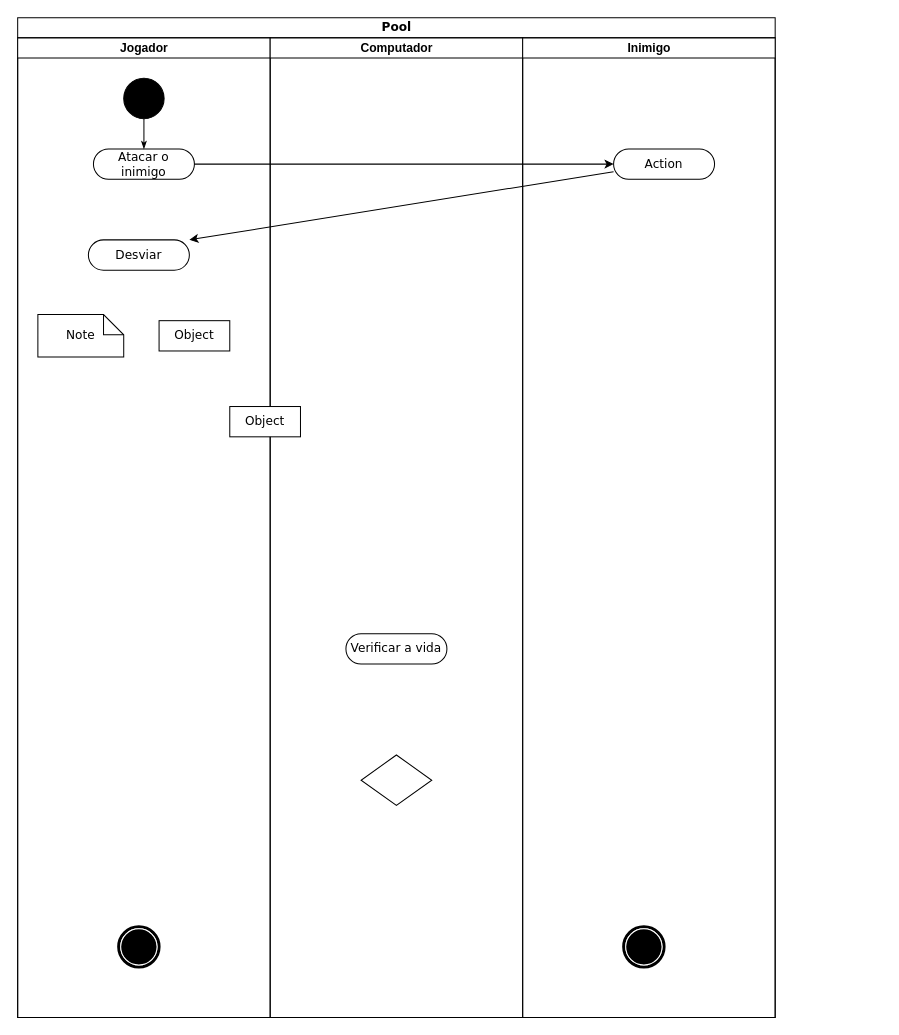
yuritelis/atvmusicalp keeps this draw.io diagram as Diagrama de Atividade.drawio. Above is the earlier version. Source tidied: cells renumbered, new cells numbered last; positions are measured from the earlier drawing's top-left corner, leaving out a move shared by most shapes. Both pictures are drawn from the tidied source at 101%, with x=0, y=0 at pixel (17, 17).
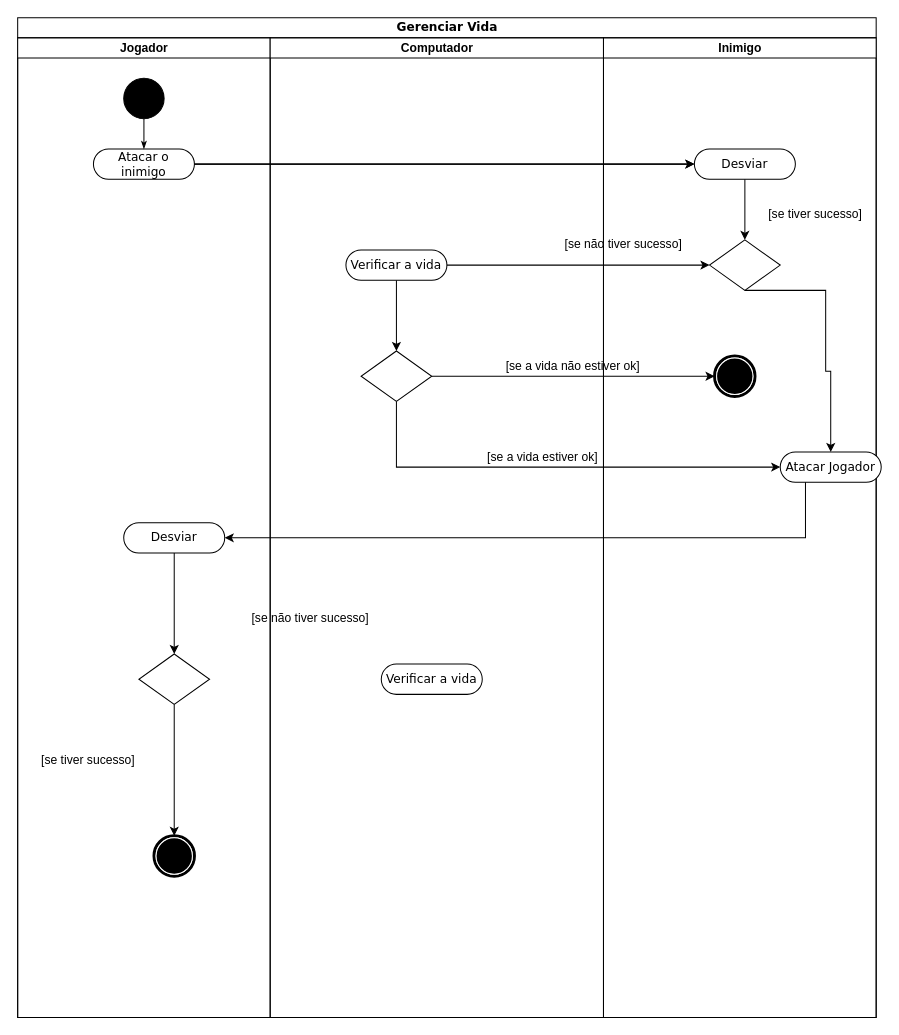
The same page after the edit.

Unchanged cells that the change refers to:
```xml
<mxCell id="3" value="Jogador" style="swimlane;html=1;startSize=20;" parent="2" vertex="1">
  <mxGeometry y="20" width="250" height="970" as="geometry" />
</mxCell>
<mxCell id="9" value="Atacar o inimigo" style="rounded=1;whiteSpace=wrap;html=1;shadow=0;comic=0;labelBackgroundColor=none;strokeWidth=1;fontFamily=Verdana;fontSize=12;align=center;arcSize=50;" parent="3" vertex="1">
  <mxGeometry x="75" y="110" width="100" height="30" as="geometry" />
</mxCell>
```

Diff of the diagram source:
```diff
@@
-    <mxCell id="2" value="Pool" style="swimlane;html=1;startSize=20;rounded=0;shadow=0;comic=0;labelBackgroundColor=none;strokeWidth=1;fontFamily=Verdana;fontSize=12;align=center;" parent="1" vertex="1">
-      <mxGeometry width="750" height="990" as="geometry" />
+    <mxCell id="2" value="Gerenciar Vida" style="swimlane;html=1;startSize=20;rounded=0;shadow=0;comic=0;labelBackgroundColor=none;strokeWidth=1;fontFamily=Verdana;fontSize=12;align=center;" parent="1" vertex="1">
+      <mxGeometry width="850" height="990" as="geometry" />
     </mxCell>
@@
+    <mxCell id="20" style="edgeStyle=orthogonalEdgeStyle;rounded=0;jettySize=auto;html=1;exitX=0.5;exitY=1;exitDx=0;exitDy=0;entryX=0.5;entryY=0;entryDx=0;entryDy=0;" parent="3" edge="1" source="4" target="22">
+      <mxGeometry relative="1" as="geometry" />
+    </mxCell>
     <mxCell id="4" value="Desviar" style="rounded=1;whiteSpace=wrap;html=1;shadow=0;comic=0;labelBackgroundColor=none;strokeWidth=1;fontFamily=Verdana;fontSize=12;align=center;arcSize=50;" parent="3" vertex="1">
-      <mxGeometry x="70" y="200" width="100" height="30" as="geometry" />
+      <mxGeometry x="105" y="480" width="100" height="30" as="geometry" />
     </mxCell>
-    <mxCell id="5" value="Object" style="rounded=0;whiteSpace=wrap;html=1;shadow=0;comic=0;labelBackgroundColor=none;strokeWidth=1;fontFamily=Verdana;fontSize=12;align=center;arcSize=50;" parent="3" vertex="1">
-      <mxGeometry x="140" y="280" width="70" height="30" as="geometry" />
-    </mxCell>
-    <mxCell id="6" value="Note" style="shape=note;whiteSpace=wrap;html=1;rounded=0;shadow=0;comic=0;labelBackgroundColor=none;strokeWidth=1;fontFamily=Verdana;fontSize=12;align=center;size=20;" parent="3" vertex="1">
-      <mxGeometry x="20" y="274" width="85" height="42" as="geometry" />
-    </mxCell>
     <mxCell id="7" style="shape=mxgraph.bpmn.shape;html=1;verticalLabelPosition=bottom;labelBackgroundColor=#ffffff;verticalAlign=top;perimeter=ellipsePerimeter;outline=end;symbol=terminate;rounded=0;shadow=0;comic=0;strokeWidth=1;fontFamily=Verdana;fontSize=12;align=center;" parent="3" vertex="1">
-      <mxGeometry x="100" y="880" width="40" height="40" as="geometry" />
+      <mxGeometry x="135" y="790" width="40" height="40" as="geometry" />
     </mxCell>
@@
+    <mxCell id="21" style="edgeStyle=orthogonalEdgeStyle;rounded=0;jettySize=auto;html=1;entryX=0.5;entryY=0;entryDx=0;entryDy=0;" parent="3" edge="1" source="22" target="7">
+      <mxGeometry relative="1" as="geometry" />
+    </mxCell>
+    <mxCell id="22" style="rhombus;whiteSpace=wrap;html=1;" parent="3" vertex="1">
+      <mxGeometry x="120" y="610" width="70" height="50" as="geometry" />
+    </mxCell>
+    <mxCell id="23" value="[se tiver sucesso]" style="text;html=1;strokeColor=none;fillColor=none;align=center;verticalAlign=middle;whiteSpace=wrap;rounded=0;" parent="3" vertex="1">
+      <mxGeometry x="10" y="700" width="120" height="30" as="geometry" />
+    </mxCell>
     <mxCell id="11" value="Computador" style="swimlane;html=1;startSize=20;" parent="2" vertex="1">
-      <mxGeometry x="250" y="20" width="250" height="970" as="geometry" />
+      <mxGeometry x="250" y="20" width="330" height="970" as="geometry" />
     </mxCell>
-    <mxCell id="12" value="Object" style="rounded=0;whiteSpace=wrap;html=1;shadow=0;comic=0;labelBackgroundColor=none;strokeWidth=1;fontFamily=Verdana;fontSize=12;align=center;arcSize=50;" parent="11" vertex="1">
-      <mxGeometry x="-40" y="365" width="70" height="30" as="geometry" />
-    </mxCell>
     <mxCell id="13" style="rhombus;whiteSpace=wrap;html=1;" parent="11" vertex="1">
-      <mxGeometry x="90" y="710" width="70" height="50" as="geometry" />
+      <mxGeometry x="90" y="310" width="70" height="50" as="geometry" />
     </mxCell>
-    <mxCell id="14" value="Verificar a vida" style="rounded=1;whiteSpace=wrap;html=1;shadow=0;comic=0;labelBackgroundColor=none;strokeWidth=1;fontFamily=Verdana;fontSize=12;align=center;arcSize=50;" parent="11" vertex="1">
-      <mxGeometry x="75" y="590" width="100" height="30" as="geometry" />
-    </mxCell>
+    <mxCell id="24" style="edgeStyle=orthogonalEdgeStyle;rounded=0;jettySize=auto;html=1;exitX=0.5;exitY=1;exitDx=0;exitDy=0;entryX=0.5;entryY=0;entryDx=0;entryDy=0;" parent="11" edge="1" source="25" target="13">
+      <mxGeometry relative="1" as="geometry" />
+    </mxCell>
+    <mxCell id="25" value="Verificar a vida" style="rounded=1;whiteSpace=wrap;html=1;shadow=0;comic=0;labelBackgroundColor=none;strokeWidth=1;fontFamily=Verdana;fontSize=12;align=center;arcSize=50;" parent="11" vertex="1">
+      <mxGeometry x="75" y="210" width="100" height="30" as="geometry" />
+    </mxCell>
+    <mxCell id="26" value="[se a vida não estiver ok]" style="text;html=1;strokeColor=none;fillColor=none;align=center;verticalAlign=middle;whiteSpace=wrap;rounded=0;" parent="11" vertex="1">
+      <mxGeometry x="220" y="310" width="160" height="30" as="geometry" />
+    </mxCell>
+    <mxCell id="27" value="[se a vida estiver ok]" style="text;html=1;strokeColor=none;fillColor=none;align=center;verticalAlign=middle;whiteSpace=wrap;rounded=0;" parent="11" vertex="1">
+      <mxGeometry x="210" y="400" width="120" height="30" as="geometry" />
+    </mxCell>
+    <mxCell id="28" value="[se não tiver sucesso]" style="text;html=1;strokeColor=none;fillColor=none;align=center;verticalAlign=middle;whiteSpace=wrap;rounded=0;" parent="11" vertex="1">
+      <mxGeometry x="-20" y="560" width="120" height="30" as="geometry" />
+    </mxCell>
+    <mxCell id="29" value="Verificar a vida" style="rounded=1;whiteSpace=wrap;html=1;shadow=0;comic=0;labelBackgroundColor=none;strokeWidth=1;fontFamily=Verdana;fontSize=12;align=center;arcSize=50;" parent="11" vertex="1">
+      <mxGeometry x="110" y="620" width="100" height="30" as="geometry" />
+    </mxCell>
     <mxCell id="15" value="Inimigo" style="swimlane;html=1;startSize=20;" parent="2" vertex="1">
-      <mxGeometry x="500" y="20" width="250" height="970" as="geometry" />
+      <mxGeometry x="580" y="20" width="270" height="970" as="geometry" />
     </mxCell>
     <mxCell id="16" style="shape=mxgraph.bpmn.shape;html=1;verticalLabelPosition=bottom;labelBackgroundColor=#ffffff;verticalAlign=top;perimeter=ellipsePerimeter;outline=end;symbol=terminate;rounded=0;shadow=0;comic=0;strokeWidth=1;fontFamily=Verdana;fontSize=12;align=center;" parent="15" vertex="1">
-      <mxGeometry x="100" y="880" width="40" height="40" as="geometry" />
+      <mxGeometry x="110" y="315" width="40" height="40" as="geometry" />
     </mxCell>
+    <mxCell id="30" style="edgeStyle=orthogonalEdgeStyle;rounded=0;jettySize=auto;html=1;exitX=0.5;exitY=1;exitDx=0;exitDy=0;entryX=0.5;entryY=0;entryDx=0;entryDy=0;" parent="15" edge="1" source="17" target="33">
+      <mxGeometry relative="1" as="geometry" />
+    </mxCell>
-    <mxCell id="17" value="Action" style="rounded=1;whiteSpace=wrap;html=1;shadow=0;comic=0;labelBackgroundColor=none;strokeWidth=1;fontFamily=Verdana;fontSize=12;align=center;arcSize=50;" parent="15" vertex="1">
+    <mxCell id="17" value="Desviar" style="rounded=1;whiteSpace=wrap;html=1;shadow=0;comic=0;labelBackgroundColor=none;strokeWidth=1;fontFamily=Verdana;fontSize=12;align=center;arcSize=50;" parent="15" vertex="1">
       <mxGeometry x="90" y="110" width="100" height="30" as="geometry" />
     </mxCell>
+    <mxCell id="31" value="Atacar Jogador" style="rounded=1;whiteSpace=wrap;html=1;shadow=0;comic=0;labelBackgroundColor=none;strokeWidth=1;fontFamily=Verdana;fontSize=12;align=center;arcSize=50;" parent="15" vertex="1">
+      <mxGeometry x="175" y="410" width="100" height="30" as="geometry" />
+    </mxCell>
+    <mxCell id="32" style="edgeStyle=orthogonalEdgeStyle;rounded=0;jettySize=auto;html=1;exitX=0.5;exitY=1;exitDx=0;exitDy=0;entryX=0.5;entryY=0;entryDx=0;entryDy=0;" parent="15" edge="1" source="33" target="31">
+      <mxGeometry relative="1" as="geometry">
+        <Array as="points">
+          <mxPoint x="220" y="250" />
+          <mxPoint x="220" y="330" />
+          <mxPoint x="225" y="330" />
+        </Array>
+      </mxGeometry>
+    </mxCell>
+    <mxCell id="33" style="rhombus;whiteSpace=wrap;html=1;" parent="15" vertex="1">
+      <mxGeometry x="105" y="200" width="70" height="50" as="geometry" />
+    </mxCell>
+    <mxCell id="34" value="[se não tiver sucesso]" style="text;html=1;strokeColor=none;fillColor=none;align=center;verticalAlign=middle;whiteSpace=wrap;rounded=0;" parent="15" vertex="1">
+      <mxGeometry x="-40" y="190" width="120" height="30" as="geometry" />
+    </mxCell>
+    <mxCell id="35" value="[se tiver sucesso]" style="text;html=1;strokeColor=none;fillColor=none;align=center;verticalAlign=middle;whiteSpace=wrap;rounded=0;" parent="15" vertex="1">
+      <mxGeometry x="150" y="160" width="120" height="30" as="geometry" />
+    </mxCell>
@@
-    <mxCell id="19" style="rounded=0;jettySize=auto;html=1;exitX=0;exitY=0.75;exitDx=0;exitDy=0;entryX=1;entryY=0;entryDx=0;entryDy=0;" parent="2" edge="1" source="17" target="4">
-      <mxGeometry relative="1" as="geometry" />
-    </mxCell>
+    <mxCell id="36" style="edgeStyle=orthogonalEdgeStyle;rounded=0;jettySize=auto;html=1;entryX=0;entryY=0.5;entryDx=0;entryDy=0;" parent="2" edge="1" source="25" target="33">
+      <mxGeometry relative="1" as="geometry" />
+    </mxCell>
+    <mxCell id="37" style="edgeStyle=orthogonalEdgeStyle;rounded=0;jettySize=auto;html=1;exitX=1;exitY=0.5;exitDx=0;exitDy=0;entryX=0;entryY=0.5;entryDx=0;entryDy=0;" parent="2" edge="1" source="9" target="17">
+      <mxGeometry relative="1" as="geometry" />
+    </mxCell>
+    <mxCell id="38" style="edgeStyle=orthogonalEdgeStyle;rounded=0;jettySize=auto;html=1;exitX=1;exitY=0.5;exitDx=0;exitDy=0;entryX=0;entryY=0.5;entryDx=0;entryDy=0;" parent="2" edge="1" source="13" target="16">
+      <mxGeometry relative="1" as="geometry" />
+    </mxCell>
+    <mxCell id="39" style="edgeStyle=orthogonalEdgeStyle;rounded=0;jettySize=auto;html=1;exitX=0.5;exitY=1;exitDx=0;exitDy=0;entryX=0;entryY=0.5;entryDx=0;entryDy=0;" parent="2" edge="1" source="13" target="31">
+      <mxGeometry relative="1" as="geometry" />
+    </mxCell>
+    <mxCell id="40" style="edgeStyle=orthogonalEdgeStyle;rounded=0;jettySize=auto;html=1;exitX=0.25;exitY=1;exitDx=0;exitDy=0;entryX=1;entryY=0.5;entryDx=0;entryDy=0;" parent="2" edge="1" source="31" target="4">
+      <mxGeometry relative="1" as="geometry" />
+    </mxCell>
```
